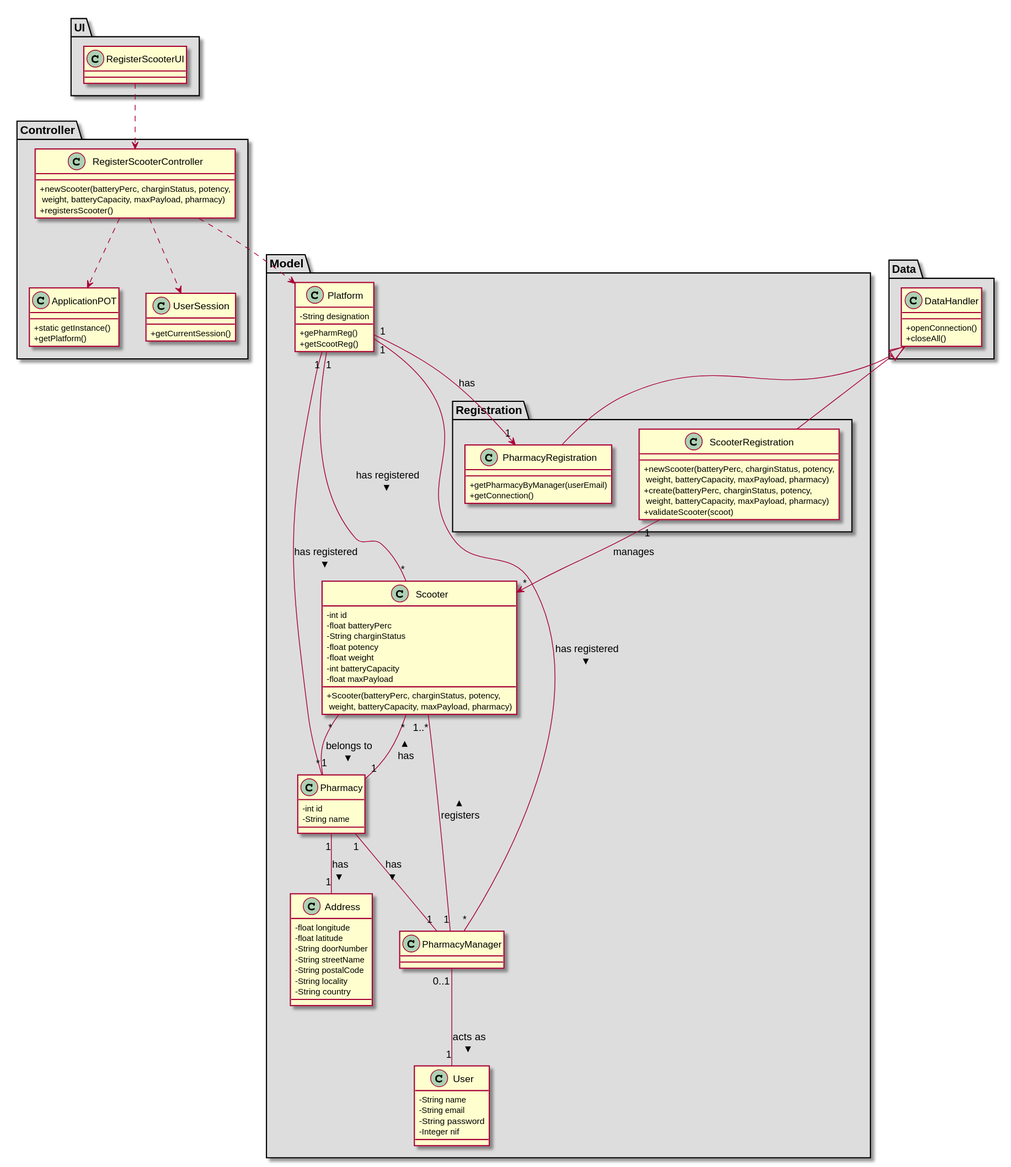
Before: docs/Iteration 2/Drone Management/US193_RegisterDrone/US193_CD.svg, a diagram exported from PlantUML (tiagoavcosta25/LAPR3).
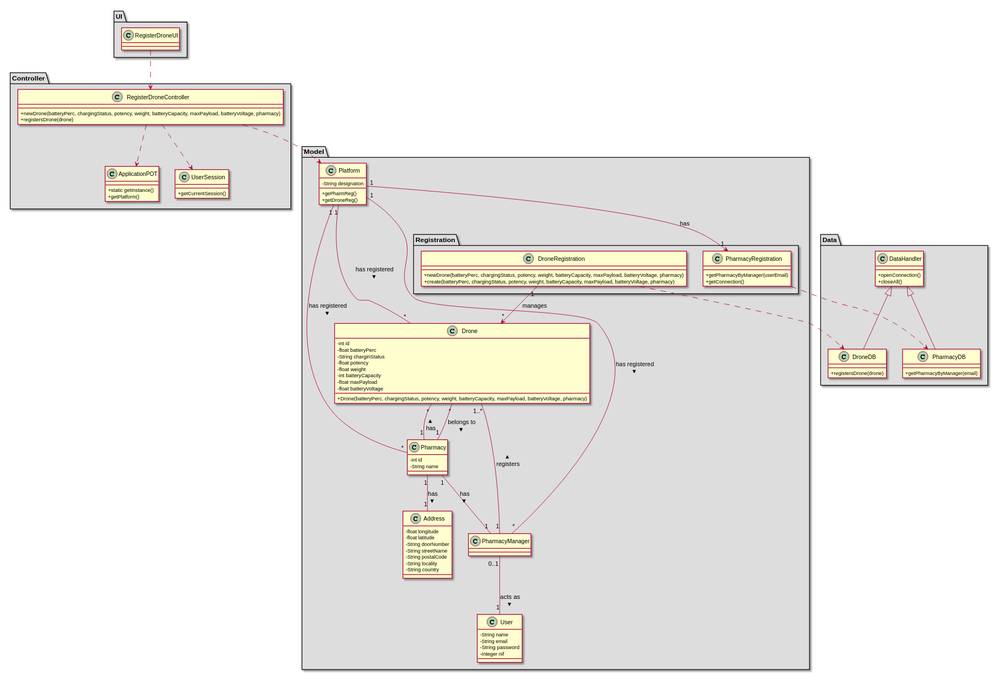
Above is the later version.

Commit message:
LAPR2AP2-236 #close Register Drone [Design]

The edit, as a diff of the source:
```diff
@@ -2,16 +2,27 @@
 skinparam classAttributeIconSize 0
 
 package "UI" #DDDDDD {
-class RegisterScooterUI{
+class RegisterDroneUI{
 
 }
 }
 
 
+package "Data" #DDDDDD {
+class DroneDB{
++registersDrone(drone)
+}
+
+class PharmacyDB{
++getPharmacyByManager(email)
+}
+}
+
+
 package "Controller" #DDDDDD {
-class RegisterScooterController{
-+newScooter(batteryPerc, charginStatus, potency,\n weight, batteryCapacity, maxPayload, pharmacy)
-+registersScooter()
+class RegisterDroneController{
++newDrone(batteryPerc, chargingStatus, potency, weight, batteryCapacity, maxPayload, batteryVoltage, pharmacy)
++registersDrone(drone)
 }
 
 class ApplicationPOT
@@ -31,7 +42,7 @@
 class Platform {
   -String designation
   +gePharmReg()
-  +getScootReg()
+  +getDroneReg()
 }
 package "Registration" #DDDDDD {
  class PharmacyRegistration{
@@ -39,16 +50,15 @@
      +getConnection()
  }
 
- class ScooterRegistration{
-      +newScooter(batteryPerc, charginStatus, potency,\n weight, batteryCapacity, maxPayload, pharmacy)
-      +create(batteryPerc, charginStatus, potency,\n weight, batteryCapacity, maxPayload, pharmacy)
-      +validateScooter(scoot)
+ class DroneRegistration{
+      +newDrone(batteryPerc, chargingStatus, potency, weight, batteryCapacity, maxPayload, batteryVoltage, pharmacy)
+      +create(batteryPerc, chargingStatus, potency, weight, batteryCapacity, maxPayload, batteryVoltage, pharmacy)
   }
  }
 }
 
 package "Model" #DDDDDD {
-class Scooter{
+class Drone{
   -int id
   -float batteryPerc
   -String charginStatus
@@ -56,7 +66,8 @@
   -float weight
   -int batteryCapacity
   -float maxPayload
-  +Scooter(batteryPerc, charginStatus, potency,\n weight, batteryCapacity, maxPayload, pharmacy)
+  -float batteryVoltage
+  +Drone(batteryPerc, chargingStatus, potency, weight, batteryCapacity, maxPayload, batteryVoltage, pharmacy)
 }
 
 class Address{
@@ -94,25 +105,28 @@
 }
 }
 
-class PharmacyRegistration extends DataHandler
-class ScooterRegistration extends DataHandler
+class PharmacyDB extends DataHandler
+class DroneDB extends DataHandler
 
-RegisterScooterUI ..> RegisterScooterController
-RegisterScooterController ..> Platform
-RegisterScooterController ..> ApplicationPOT
-RegisterScooterController ..> UserSession
+PharmacyRegistration ..> PharmacyDB
+DroneRegistration ..> DroneDB
+
+RegisterDroneUI ..> RegisterDroneController
+RegisterDroneController ..> Platform
+RegisterDroneController ..> ApplicationPOT
+RegisterDroneController ..> UserSession
 Platform "1" --> "1" PharmacyRegistration : has
-ScooterRegistration "1" --> "*" Scooter : manages
+DroneRegistration "1" --> "*" Drone : manages
 
 Platform "1" -- "*" Pharmacy : has registered >
-Platform "1" -- "*" Scooter : has registered >
+Platform "1" -- "*" Drone : has registered >
 Platform "1" -- "*" PharmacyManager : has registered >
 
 PharmacyManager "0..1" -- "1" User: acts as >
-PharmacyManager "1" -- "1..*" Scooter : registers >
+PharmacyManager "1" -- "1..*" Drone : registers >
 Pharmacy "1" -- "1" PharmacyManager : has >
-Pharmacy "1" -- "*" Scooter : has >
+Pharmacy "1" -- "*" Drone : has >
 Pharmacy "1" -- "1" Address : has >
-Scooter "*" -- "1" Pharmacy : belongs to >
+Drone "*" -- "1" Pharmacy : belongs to >
 
 @enduml
```
